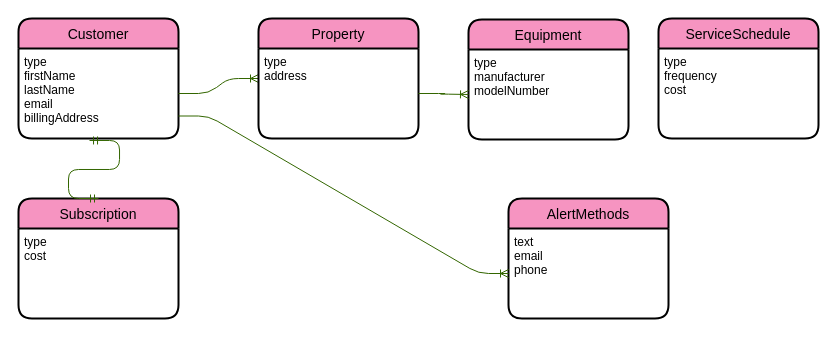
robertocannella/CWMVidly5 keeps this draw.io diagram as .CBI.drawio. Above is the earlier version. Source tidied: cells renumbered, new cells numbered last; positions are measured from the earlier drawing's top-left corner, leaving out a move shared by most shapes. Both pictures are drawn from the tidied source at 100%, with x=0, y=0 at pixel (18, 18).
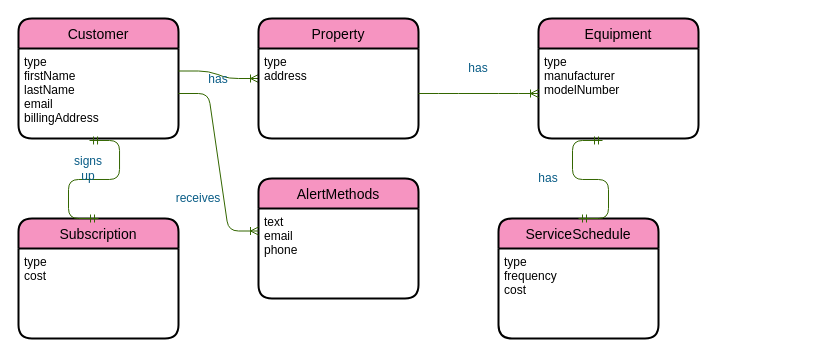
The same diagram, later.

The change refers to these unchanged cells:
```xml
<mxCell id="3" value="type&#10;firstName&#10;lastName&#10;email&#10;billingAddress&#10;" style="align=left;strokeColor=none;fillColor=none;spacingLeft=4;fontSize=12;verticalAlign=top;" parent="2" vertex="1">
  <mxGeometry y="30" width="160" height="90" as="geometry" />
</mxCell>
<mxCell id="5" value="type&#10;manufacturer&#10;modelNumber&#10;&#10;" style="align=left;strokeColor=none;fillColor=none;spacingLeft=4;fontSize=12;verticalAlign=top;" parent="4" vertex="1">
  <mxGeometry y="30" width="160" height="90" as="geometry" />
</mxCell>
<mxCell id="8" value="text&#10;email&#10;phone" style="align=left;strokeColor=none;fillColor=none;spacingLeft=4;fontSize=12;verticalAlign=top;" parent="7" vertex="1">
  <mxGeometry y="30" width="160" height="90" as="geometry" />
</mxCell>
<mxCell id="9" value="Property" style="swimlane;horizontal=1;startSize=30;rounded=1;fontSize=14;fontStyle=0;strokeWidth=2;shadow=0;dashed=0;align=center;sketch=0;fillColor=#F694C1;" parent="1" vertex="1">
  <mxGeometry x="240" width="160" height="120" as="geometry" />
</mxCell>
```

The edit, as a diff of the source:
```diff
@@
     <mxCell id="4" value="Equipment" style="swimlane;horizontal=1;startSize=30;rounded=1;fontSize=14;fontStyle=0;strokeWidth=2;shadow=0;dashed=0;align=center;sketch=0;fillColor=#F694C1;" parent="1" vertex="1">
-      <mxGeometry x="450" y="1" width="160" height="120" as="geometry" />
+      <mxGeometry x="520" width="160" height="120" as="geometry" />
     </mxCell>
@@
-    <mxCell id="6" style="edgeStyle=entityRelationEdgeStyle;fontSize=12;html=1;endArrow=ERoneToMany;fillColor=#F694C1;strokeColor=#336600;" parent="1" edge="1" source="3" target="9">
+    <mxCell id="6" style="edgeStyle=entityRelationEdgeStyle;fontSize=12;html=1;endArrow=ERoneToMany;fillColor=#F694C1;strokeColor=#336600;exitX=1;exitY=0.25;exitDx=0;exitDy=0;" parent="1" edge="1" source="3" target="9">
       <mxGeometry relative="1" as="geometry" />
     </mxCell>
     <mxCell id="7" value="AlertMethods" style="swimlane;horizontal=1;startSize=30;rounded=1;fontSize=14;fontStyle=0;strokeWidth=2;shadow=0;dashed=0;align=center;sketch=0;fillColor=#F694C1;" parent="1" vertex="1">
-      <mxGeometry x="490" y="180" width="160" height="120" as="geometry" />
+      <mxGeometry x="240" y="160" width="160" height="120" as="geometry" />
     </mxCell>
@@
-    <mxCell id="11" style="edgeStyle=entityRelationEdgeStyle;fontSize=12;html=1;endArrow=ERoneToMany;strokeColor=#336600;fillColor=#F694C1;exitX=1;exitY=0.75;exitDx=0;exitDy=0;" parent="1" edge="1" source="3" target="8">
-      <mxGeometry relative="1" as="geometry" />
-    </mxCell>
@@
     <mxCell id="13" value="Subscription" style="swimlane;horizontal=1;startSize=30;rounded=1;fontSize=14;fontStyle=0;strokeWidth=2;shadow=0;dashed=0;align=center;sketch=0;fillColor=#F694C1;" parent="1" vertex="1">
-      <mxGeometry y="180" width="160" height="120" as="geometry" />
+      <mxGeometry y="200" width="160" height="120" as="geometry" />
     </mxCell>
@@
     <mxCell id="16" value="ServiceSchedule" style="swimlane;horizontal=1;startSize=30;rounded=1;fontSize=14;fontStyle=0;strokeWidth=2;shadow=0;dashed=0;align=center;sketch=0;fillColor=#F694C1;" parent="1" vertex="1">
-      <mxGeometry x="640" width="160" height="120" as="geometry" />
+      <mxGeometry x="480" y="200" width="160" height="120" as="geometry" />
     </mxCell>
@@
+    <mxCell id="18" value="has" style="text;html=1;strokeColor=none;fillColor=none;align=center;verticalAlign=middle;whiteSpace=wrap;rounded=0;sketch=0;fontColor=#095C86;" parent="1" vertex="1">
+      <mxGeometry x="180" y="51" width="40" height="20" as="geometry" />
+    </mxCell>
+    <mxCell id="19" value="signs up" style="text;html=1;strokeColor=none;fillColor=none;align=center;verticalAlign=middle;whiteSpace=wrap;rounded=0;sketch=0;fontColor=#095C86;" parent="1" vertex="1">
+      <mxGeometry x="50" y="140" width="40" height="20" as="geometry" />
+    </mxCell>
+    <mxCell id="20" value="has" style="text;html=1;strokeColor=none;fillColor=none;align=center;verticalAlign=middle;whiteSpace=wrap;rounded=0;sketch=0;fontColor=#095C86;" parent="1" vertex="1">
+      <mxGeometry x="510" y="150" width="40" height="20" as="geometry" />
+    </mxCell>
+    <mxCell id="11" style="edgeStyle=entityRelationEdgeStyle;fontSize=12;html=1;endArrow=ERoneToMany;strokeColor=#336600;fillColor=#F694C1;entryX=0;entryY=0.25;entryDx=0;entryDy=0;" parent="1" edge="1" source="3" target="8">
+      <mxGeometry relative="1" as="geometry" />
+    </mxCell>
+    <mxCell id="21" value="receives" style="text;html=1;strokeColor=none;fillColor=none;align=center;verticalAlign=middle;whiteSpace=wrap;rounded=0;sketch=0;fontColor=#095C86;" parent="1" vertex="1">
+      <mxGeometry x="160" y="170" width="40" height="20" as="geometry" />
+    </mxCell>
+    <mxCell id="22" value="has" style="text;html=1;strokeColor=none;fillColor=none;align=center;verticalAlign=middle;whiteSpace=wrap;rounded=0;sketch=0;fontColor=#095C86;" parent="1" vertex="1">
+      <mxGeometry x="440" y="40" width="40" height="20" as="geometry" />
+    </mxCell>
+    <mxCell id="23" style="edgeStyle=entityRelationEdgeStyle;fontSize=12;html=1;endArrow=ERmandOne;startArrow=ERmandOne;strokeColor=#336600;fillColor=#F694C1;exitX=0.4;exitY=1.022;exitDx=0;exitDy=0;exitPerimeter=0;entryX=0.5;entryY=0;entryDx=0;entryDy=0;" parent="1" edge="1" source="5" target="16">
+      <mxGeometry relative="1" as="geometry" />
+    </mxCell>
```
